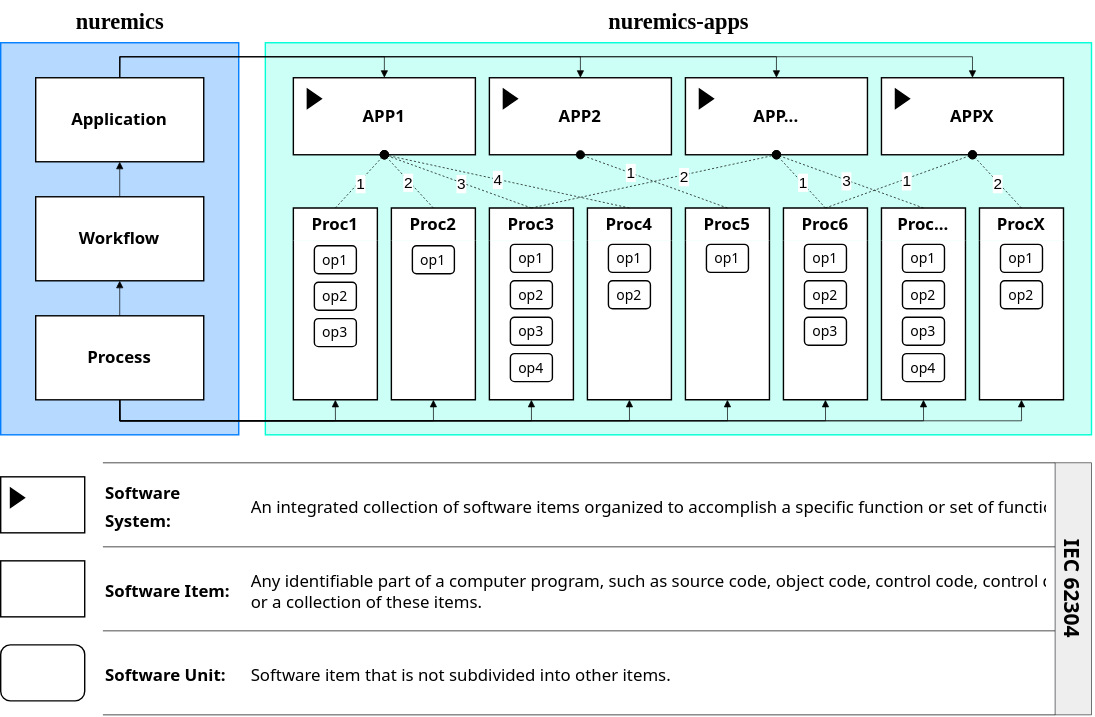
Earlier version of the draw.io export assets/architecture.svg (julien-siguenza/nuremics-data). Source tidied: cells renumbered, new cells last; positions are measured from the earlier drawing's top-left corner, leaving out a move shared by most shapes.
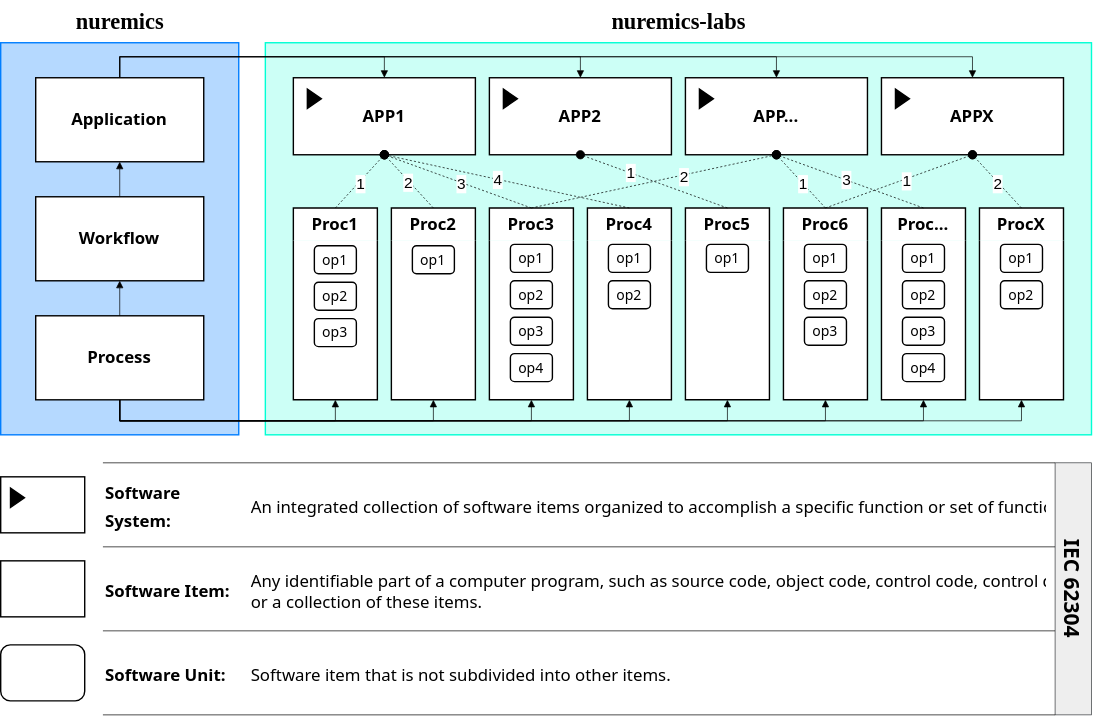
After the change.

Commit message:
update architecture diagram

The edit, as a diff of the source:
```diff
@@ -11,7 +11,7 @@
     <mxCell id="4" style="endArrow=block;html=1;rounded=0;entryX=0.5;entryY=1;entryDx=0;entryDy=0;exitX=0.5;exitY=0;exitDx=0;exitDy=0;endSize=4;endFill=1;startSize=4;strokeWidth=0.5;" parent="1" edge="1" source="20" target="11">
       <mxGeometry relative="1" as="geometry" />
     </mxCell>
-    <mxCell id="5" value="&lt;font face=&quot;Consolas&quot; style=&quot;font-size: 16px;&quot;&gt;&lt;b style=&quot;&quot;&gt;nuremics-apps&lt;/b&gt;&lt;/font&gt;" style="text;html=1;align=center;verticalAlign=middle;strokeColor=none;fillColor=none;" parent="1" vertex="1">
+    <mxCell id="5" value="&lt;font face=&quot;Consolas&quot; style=&quot;font-size: 16px;&quot;&gt;&lt;b style=&quot;&quot;&gt;nuremics-labs&lt;/b&gt;&lt;/font&gt;" style="text;html=1;align=center;verticalAlign=middle;strokeColor=none;fillColor=none;" parent="1" vertex="1">
       <mxGeometry x="414" width="140" height="30" as="geometry" />
     </mxCell>
     <mxCell id="6" value="&lt;font face=&quot;Consolas&quot; style=&quot;font-size: 16px;&quot;&gt;&lt;b style=&quot;&quot;&gt;nuremics&lt;/b&gt;&lt;/font&gt;" style="text;html=1;align=center;verticalAlign=middle;strokeColor=none;fillColor=none;" parent="1" vertex="1">
```
